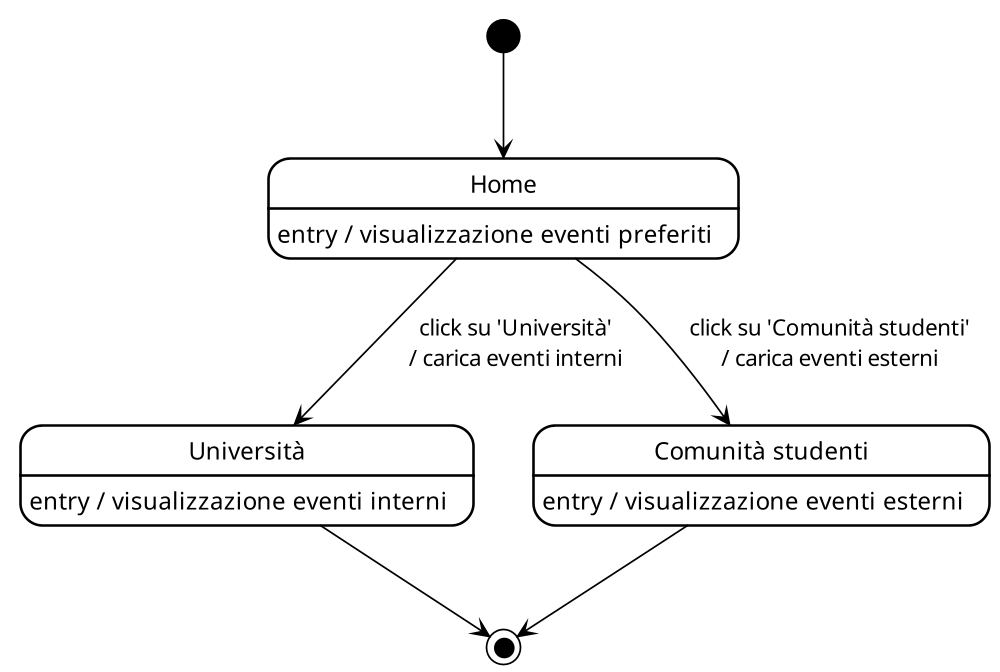
The PlantUML diagram diagrams/2.state_diagram/state_finale/home.png in tomasel/IS_Univents, before a commit.
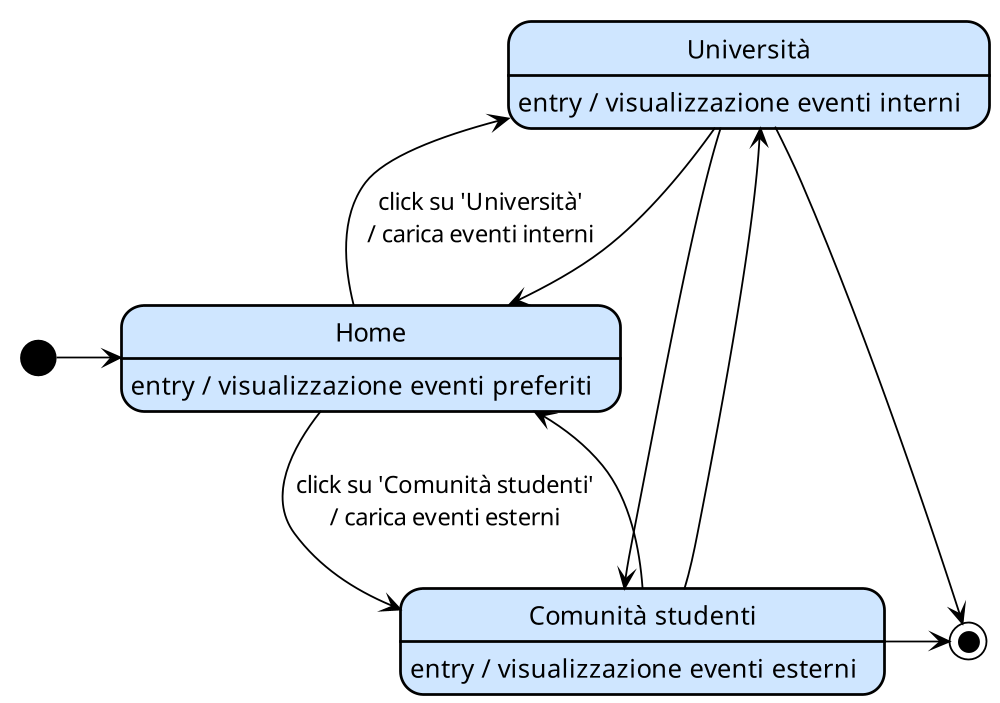
After the commit.

The edit, as a diff of the source:
```diff
@@ -2,14 +2,18 @@
 !theme plain
 scale 1000 width
 
-state "Home" as H
-state "Università" as IE
-state "Comunità studenti" as EE
+state "Home" as H #CFE6FF
+state "Università" as IE #CFE6FF
+state "Comunità studenti" as EE #CFE6FF
 
-[*] --> H
-H --> IE : click su 'Università'\n/ carica eventi interni
-H --> EE : click su 'Comunità studenti'\n/ carica eventi esterni
-EE --> [*]
+[*] -right-> H
+H -up-> IE : click su 'Università'\n/ carica eventi interni
+IE --> H
+H -down-> EE : click su 'Comunità studenti'\n/ carica eventi esterni
+EE --> H
+IE --> EE
+EE --> IE
+EE -right-> [*]
 IE --> [*]
 
 H : entry / visualizzazione eventi preferiti
```
